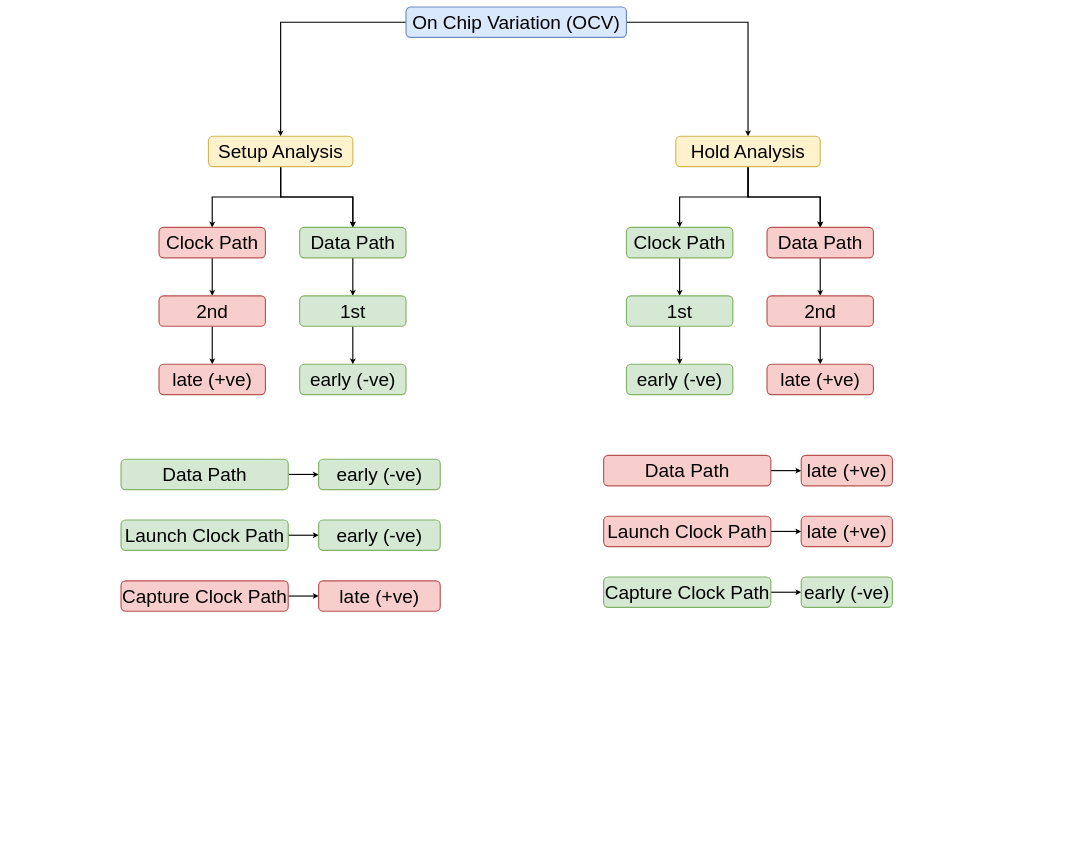
Before: OCV.drawio in T-Maharshi-Sanand-Yadav/draw.io, a draw.io diagram. Source tidied: cells renumbered, new cells numbered last; positions are measured from the earlier drawing's top-left corner, leaving out a move shared by most shapes. Both pictures are drawn from the tidied source at 38%, with x=0, y=0 at pixel (121, 7).
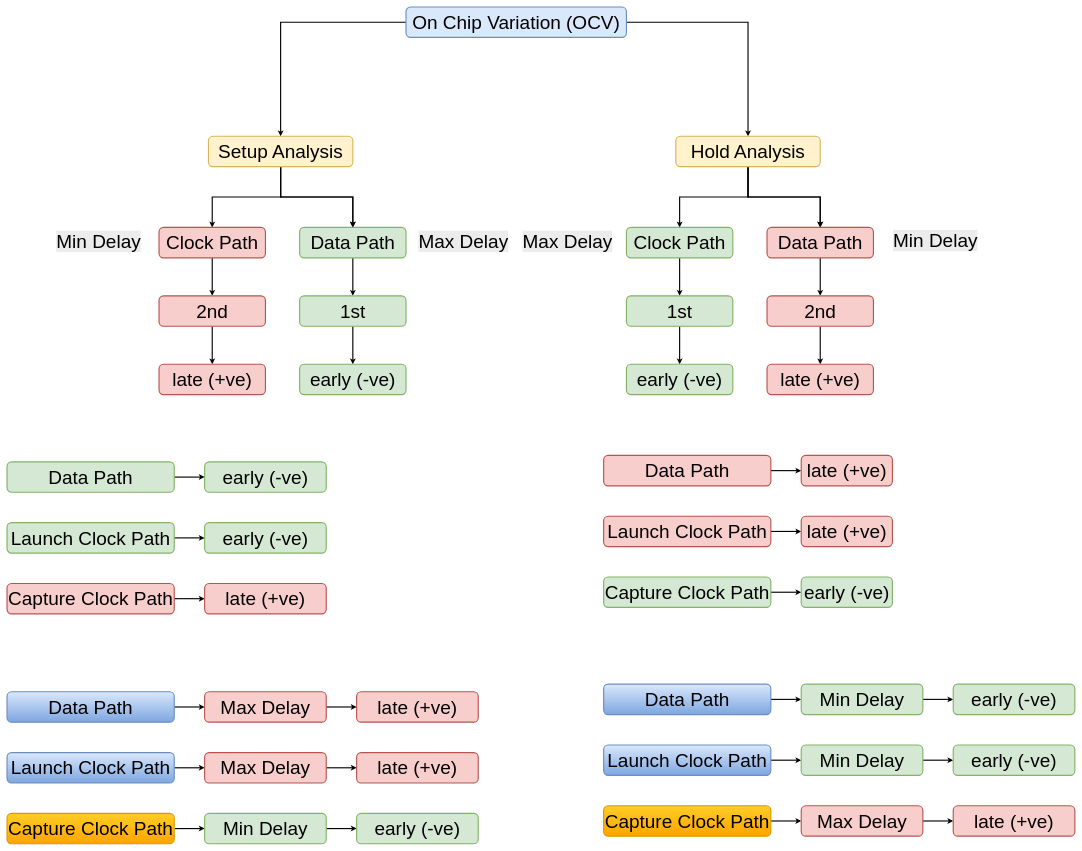
The same page after the edit.

The edit, as a diff of the source:
```diff
@@
     <mxCell id="34" value="Data Path" style="rounded=1;whiteSpace=wrap;html=1;fontSize=50;strokeWidth=3;fillColor=#d5e8d4;strokeColor=#82b366;" parent="1" vertex="1">
-      <mxGeometry y="1190" width="440" height="80" as="geometry" />
+      <mxGeometry x="-300" y="1197" width="440" height="80" as="geometry" />
     </mxCell>
@@
     <mxCell id="36" value="Launch Clock Path" style="rounded=1;whiteSpace=wrap;html=1;fontSize=50;strokeWidth=3;fillColor=#d5e8d4;strokeColor=#82b366;" parent="1" vertex="1">
-      <mxGeometry y="1350" width="440" height="80" as="geometry" />
+      <mxGeometry x="-300" y="1357" width="440" height="80" as="geometry" />
     </mxCell>
@@
     <mxCell id="38" value="Capture Clock Path" style="rounded=1;whiteSpace=wrap;html=1;fontSize=50;strokeWidth=3;fillColor=#f8cecc;strokeColor=#b85450;" parent="1" vertex="1">
-      <mxGeometry y="1510" width="440" height="80" as="geometry" />
+      <mxGeometry x="-300" y="1517" width="440" height="80" as="geometry" />
     </mxCell>
@@
     <mxCell id="45" value="early (-ve)" style="rounded=1;whiteSpace=wrap;html=1;fontSize=50;strokeWidth=3;fillColor=#d5e8d4;strokeColor=#82b366;" parent="1" vertex="1">
-      <mxGeometry x="520" y="1190" width="320" height="80" as="geometry" />
+      <mxGeometry x="220" y="1197" width="320" height="80" as="geometry" />
     </mxCell>
     <mxCell id="46" value="early (-ve)" style="rounded=1;whiteSpace=wrap;html=1;fontSize=50;strokeWidth=3;fillColor=#d5e8d4;strokeColor=#82b366;" parent="1" vertex="1">
-      <mxGeometry x="520" y="1350" width="320" height="80" as="geometry" />
+      <mxGeometry x="220" y="1357" width="320" height="80" as="geometry" />
     </mxCell>
     <mxCell id="47" value="late (+ve)" style="rounded=1;whiteSpace=wrap;html=1;fontSize=50;strokeWidth=3;fillColor=#f8cecc;strokeColor=#b85450;" parent="1" vertex="1">
-      <mxGeometry x="520" y="1510" width="320" height="80" as="geometry" />
+      <mxGeometry x="220" y="1517" width="320" height="80" as="geometry" />
     </mxCell>
@@
+    <mxCell id="51" value="&lt;span style=&quot;color: rgb(0, 0, 0); font-family: Helvetica; font-size: 50px; font-style: normal; font-variant-ligatures: normal; font-variant-caps: normal; font-weight: 400; letter-spacing: normal; orphans: 2; text-align: center; text-indent: 0px; text-transform: none; widows: 2; word-spacing: 0px; -webkit-text-stroke-width: 0px; white-space: normal; background-color: rgb(236, 236, 236); text-decoration-thickness: initial; text-decoration-style: initial; text-decoration-color: initial; float: none; display: inline !important;&quot;&gt;Max Delay&lt;/span&gt;" style="text;whiteSpace=wrap;html=1;" parent="1" vertex="1">
+      <mxGeometry x="781" y="580" width="250" height="82" as="geometry" />
+    </mxCell>
+    <mxCell id="52" value="&lt;span style=&quot;color: rgb(0, 0, 0); font-family: Helvetica; font-size: 50px; font-style: normal; font-variant-ligatures: normal; font-variant-caps: normal; font-weight: 400; letter-spacing: normal; orphans: 2; text-align: center; text-indent: 0px; text-transform: none; widows: 2; word-spacing: 0px; -webkit-text-stroke-width: 0px; white-space: normal; background-color: rgb(236, 236, 236); text-decoration-thickness: initial; text-decoration-style: initial; text-decoration-color: initial; float: none; display: inline !important;&quot;&gt;Min Delay&lt;/span&gt;" style="text;whiteSpace=wrap;html=1;" parent="1" vertex="1">
+      <mxGeometry x="-172" y="580" width="250" height="82" as="geometry" />
+    </mxCell>
+    <mxCell id="53" value="&lt;span style=&quot;color: rgb(0, 0, 0); font-family: Helvetica; font-size: 50px; font-style: normal; font-variant-ligatures: normal; font-variant-caps: normal; font-weight: 400; letter-spacing: normal; orphans: 2; text-align: center; text-indent: 0px; text-transform: none; widows: 2; word-spacing: 0px; -webkit-text-stroke-width: 0px; white-space: normal; background-color: rgb(236, 236, 236); text-decoration-thickness: initial; text-decoration-style: initial; text-decoration-color: initial; float: none; display: inline !important;&quot;&gt;Min Delay&lt;/span&gt;" style="text;whiteSpace=wrap;html=1;" parent="1" vertex="1">
+      <mxGeometry x="2030" y="578" width="250" height="82" as="geometry" />
+    </mxCell>
+    <mxCell id="54" value="&lt;span style=&quot;color: rgb(0, 0, 0); font-family: Helvetica; font-size: 50px; font-style: normal; font-variant-ligatures: normal; font-variant-caps: normal; font-weight: 400; letter-spacing: normal; orphans: 2; text-align: center; text-indent: 0px; text-transform: none; widows: 2; word-spacing: 0px; -webkit-text-stroke-width: 0px; white-space: normal; background-color: rgb(236, 236, 236); text-decoration-thickness: initial; text-decoration-style: initial; text-decoration-color: initial; float: none; display: inline !important;&quot;&gt;Max Delay&lt;/span&gt;" style="text;whiteSpace=wrap;html=1;" parent="1" vertex="1">
+      <mxGeometry x="1055" y="580" width="250" height="82" as="geometry" />
+    </mxCell>
+    <mxCell id="55" style="edgeStyle=orthogonalEdgeStyle;rounded=0;jettySize=auto;html=1;strokeWidth=3;" parent="1" edge="1" source="56" target="62">
+      <mxGeometry relative="1" as="geometry" />
+    </mxCell>
+    <mxCell id="56" value="Data Path" style="rounded=1;whiteSpace=wrap;html=1;fontSize=50;strokeWidth=3;fillColor=#dae8fc;strokeColor=#6c8ebf;gradientColor=#7ea6e0;" parent="1" vertex="1">
+      <mxGeometry x="-300" y="1802" width="440" height="80" as="geometry" />
+    </mxCell>
+    <mxCell id="57" style="edgeStyle=orthogonalEdgeStyle;rounded=0;jettySize=auto;html=1;strokeWidth=3;" parent="1" edge="1" source="58" target="64">
+      <mxGeometry relative="1" as="geometry" />
+    </mxCell>
+    <mxCell id="58" value="Launch Clock Path" style="rounded=1;whiteSpace=wrap;html=1;fontSize=50;strokeWidth=3;fillColor=#dae8fc;strokeColor=#6c8ebf;gradientColor=#7ea6e0;" parent="1" vertex="1">
+      <mxGeometry x="-300" y="1962" width="440" height="80" as="geometry" />
+    </mxCell>
+    <mxCell id="59" style="edgeStyle=orthogonalEdgeStyle;rounded=0;jettySize=auto;html=1;strokeWidth=3;" parent="1" edge="1" source="60" target="66">
+      <mxGeometry relative="1" as="geometry" />
+    </mxCell>
+    <mxCell id="60" value="Capture Clock Path" style="rounded=1;whiteSpace=wrap;html=1;fontSize=50;strokeWidth=3;fillColor=#ffcd28;strokeColor=#d79b00;gradientColor=#ffa500;" parent="1" vertex="1">
+      <mxGeometry x="-300" y="2122" width="440" height="80" as="geometry" />
+    </mxCell>
+    <mxCell id="61" style="edgeStyle=orthogonalEdgeStyle;rounded=0;jettySize=auto;html=1;strokeWidth=3;" parent="1" edge="1" source="62" target="67">
+      <mxGeometry relative="1" as="geometry" />
+    </mxCell>
+    <mxCell id="62" value="Max Delay" style="rounded=1;whiteSpace=wrap;html=1;fontSize=50;strokeWidth=3;fillColor=#f8cecc;strokeColor=#b85450;" parent="1" vertex="1">
+      <mxGeometry x="220" y="1802" width="320" height="80" as="geometry" />
+    </mxCell>
+    <mxCell id="63" style="edgeStyle=orthogonalEdgeStyle;rounded=0;jettySize=auto;html=1;strokeWidth=3;" parent="1" edge="1" source="64" target="68">
+      <mxGeometry relative="1" as="geometry" />
+    </mxCell>
+    <mxCell id="64" value="Max Delay" style="rounded=1;whiteSpace=wrap;html=1;fontSize=50;strokeWidth=3;fillColor=#f8cecc;strokeColor=#b85450;" parent="1" vertex="1">
+      <mxGeometry x="220" y="1962" width="320" height="80" as="geometry" />
+    </mxCell>
+    <mxCell id="65" style="edgeStyle=orthogonalEdgeStyle;rounded=0;jettySize=auto;html=1;strokeWidth=3;" parent="1" edge="1" source="66" target="69">
+      <mxGeometry relative="1" as="geometry" />
+    </mxCell>
+    <mxCell id="66" value="Min Delay" style="rounded=1;whiteSpace=wrap;html=1;fontSize=50;strokeWidth=3;fillColor=#d5e8d4;strokeColor=#82b366;" parent="1" vertex="1">
+      <mxGeometry x="220" y="2122" width="320" height="80" as="geometry" />
+    </mxCell>
+    <mxCell id="67" value="late (+ve)" style="rounded=1;whiteSpace=wrap;html=1;fontSize=50;strokeWidth=3;fillColor=#f8cecc;strokeColor=#b85450;" parent="1" vertex="1">
+      <mxGeometry x="620" y="1802" width="320" height="80" as="geometry" />
+    </mxCell>
+    <mxCell id="68" value="late (+ve)" style="rounded=1;whiteSpace=wrap;html=1;fontSize=50;strokeWidth=3;fillColor=#f8cecc;strokeColor=#b85450;" parent="1" vertex="1">
+      <mxGeometry x="620" y="1962" width="320" height="80" as="geometry" />
+    </mxCell>
+    <mxCell id="69" value="early (-ve)" style="rounded=1;whiteSpace=wrap;html=1;fontSize=50;strokeWidth=3;fillColor=#d5e8d4;strokeColor=#82b366;" parent="1" vertex="1">
+      <mxGeometry x="620" y="2122" width="320" height="80" as="geometry" />
+    </mxCell>
+    <mxCell id="70" style="edgeStyle=orthogonalEdgeStyle;rounded=0;jettySize=auto;html=1;strokeWidth=3;" parent="1" edge="1" source="71" target="77">
+      <mxGeometry relative="1" as="geometry" />
+    </mxCell>
+    <mxCell id="71" value="Data Path" style="rounded=1;whiteSpace=wrap;html=1;fontSize=50;strokeWidth=3;fillColor=#dae8fc;strokeColor=#6c8ebf;gradientColor=#7ea6e0;" parent="1" vertex="1">
+      <mxGeometry x="1270" y="1782" width="440" height="80" as="geometry" />
+    </mxCell>
+    <mxCell id="72" style="edgeStyle=orthogonalEdgeStyle;rounded=0;jettySize=auto;html=1;strokeWidth=3;" parent="1" edge="1" source="73" target="79">
+      <mxGeometry relative="1" as="geometry" />
+    </mxCell>
+    <mxCell id="73" value="Launch Clock Path" style="rounded=1;whiteSpace=wrap;html=1;fontSize=50;strokeWidth=3;fillColor=#dae8fc;strokeColor=#6c8ebf;gradientColor=#7ea6e0;" parent="1" vertex="1">
+      <mxGeometry x="1270" y="1942" width="440" height="80" as="geometry" />
+    </mxCell>
+    <mxCell id="74" style="edgeStyle=orthogonalEdgeStyle;rounded=0;jettySize=auto;html=1;strokeWidth=3;" parent="1" edge="1" source="75" target="81">
+      <mxGeometry relative="1" as="geometry" />
+    </mxCell>
+    <mxCell id="75" value="Capture Clock Path" style="rounded=1;whiteSpace=wrap;html=1;fontSize=50;strokeWidth=3;fillColor=#ffcd28;strokeColor=#d79b00;gradientColor=#ffa500;" parent="1" vertex="1">
+      <mxGeometry x="1270" y="2102" width="440" height="80" as="geometry" />
+    </mxCell>
+    <mxCell id="76" style="edgeStyle=orthogonalEdgeStyle;rounded=0;jettySize=auto;html=1;strokeWidth=3;" parent="1" edge="1" source="77" target="82">
+      <mxGeometry relative="1" as="geometry" />
+    </mxCell>
+    <mxCell id="77" value="Min Delay" style="rounded=1;whiteSpace=wrap;html=1;fontSize=50;strokeWidth=3;fillColor=#d5e8d4;strokeColor=#82b366;" parent="1" vertex="1">
+      <mxGeometry x="1790" y="1782" width="320" height="80" as="geometry" />
+    </mxCell>
+    <mxCell id="78" style="edgeStyle=orthogonalEdgeStyle;rounded=0;jettySize=auto;html=1;strokeWidth=3;" parent="1" edge="1" source="79" target="83">
+      <mxGeometry relative="1" as="geometry" />
+    </mxCell>
+    <mxCell id="79" value="Min Delay" style="rounded=1;whiteSpace=wrap;html=1;fontSize=50;strokeWidth=3;fillColor=#d5e8d4;strokeColor=#82b366;" parent="1" vertex="1">
+      <mxGeometry x="1790" y="1942" width="320" height="80" as="geometry" />
+    </mxCell>
+    <mxCell id="80" style="edgeStyle=orthogonalEdgeStyle;rounded=0;jettySize=auto;html=1;strokeWidth=3;" parent="1" edge="1" source="81" target="84">
+      <mxGeometry relative="1" as="geometry" />
+    </mxCell>
+    <mxCell id="81" value="Max Delay" style="rounded=1;whiteSpace=wrap;html=1;fontSize=50;strokeWidth=3;fillColor=#f8cecc;strokeColor=#b85450;" parent="1" vertex="1">
+      <mxGeometry x="1790" y="2102" width="320" height="80" as="geometry" />
+    </mxCell>
+    <mxCell id="82" value="early (-ve)" style="rounded=1;whiteSpace=wrap;html=1;fontSize=50;strokeWidth=3;fillColor=#d5e8d4;strokeColor=#82b366;" parent="1" vertex="1">
+      <mxGeometry x="2190" y="1782" width="320" height="80" as="geometry" />
+    </mxCell>
+    <mxCell id="83" value="early (-ve)" style="rounded=1;whiteSpace=wrap;html=1;fontSize=50;strokeWidth=3;fillColor=#d5e8d4;strokeColor=#82b366;" parent="1" vertex="1">
+      <mxGeometry x="2190" y="1942" width="320" height="80" as="geometry" />
+    </mxCell>
+    <mxCell id="84" value="late (+ve)" style="rounded=1;whiteSpace=wrap;html=1;fontSize=50;strokeWidth=3;fillColor=#f8cecc;strokeColor=#b85450;" parent="1" vertex="1">
+      <mxGeometry x="2190" y="2102" width="320" height="80" as="geometry" />
+    </mxCell>
```
